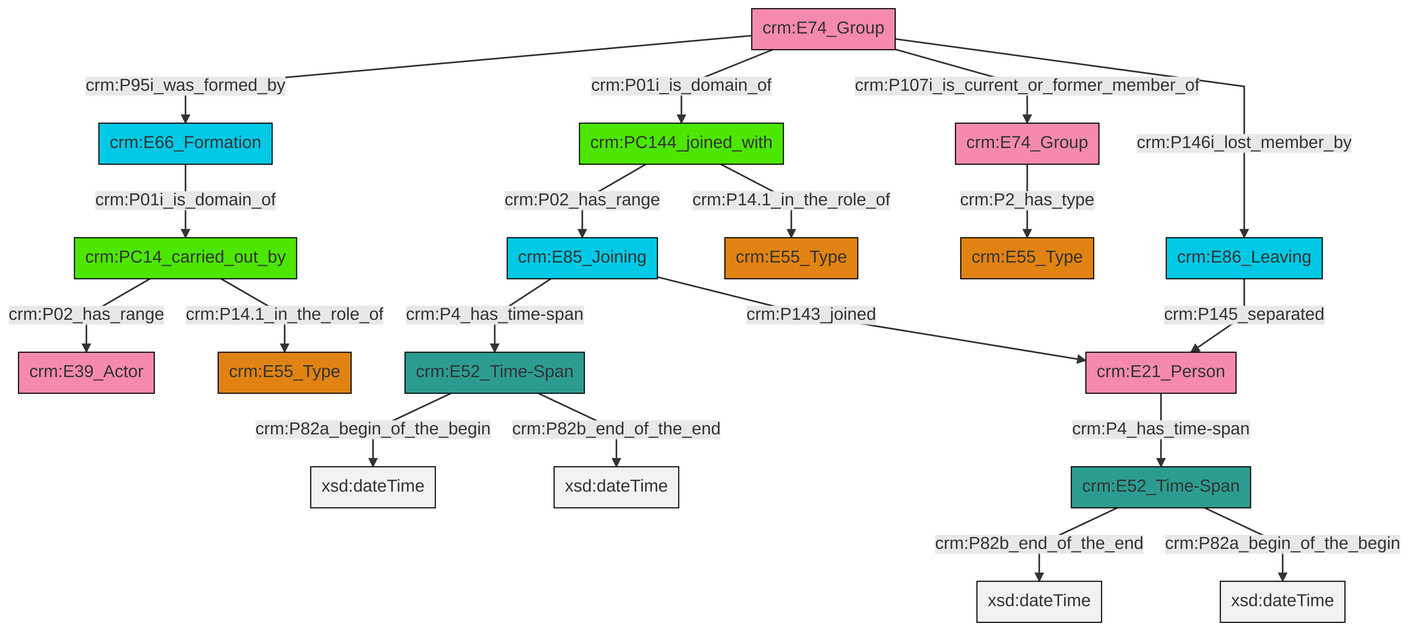
This is et/groupCSV/ttl/mmd/png/group_actor_relations.png from ncarboni/srdm, a Mermaid export, as it was before one commit. Its source is kept beside it as et/groupCSV/ttl/mmd/group_actor_relations.ttl.mmd.
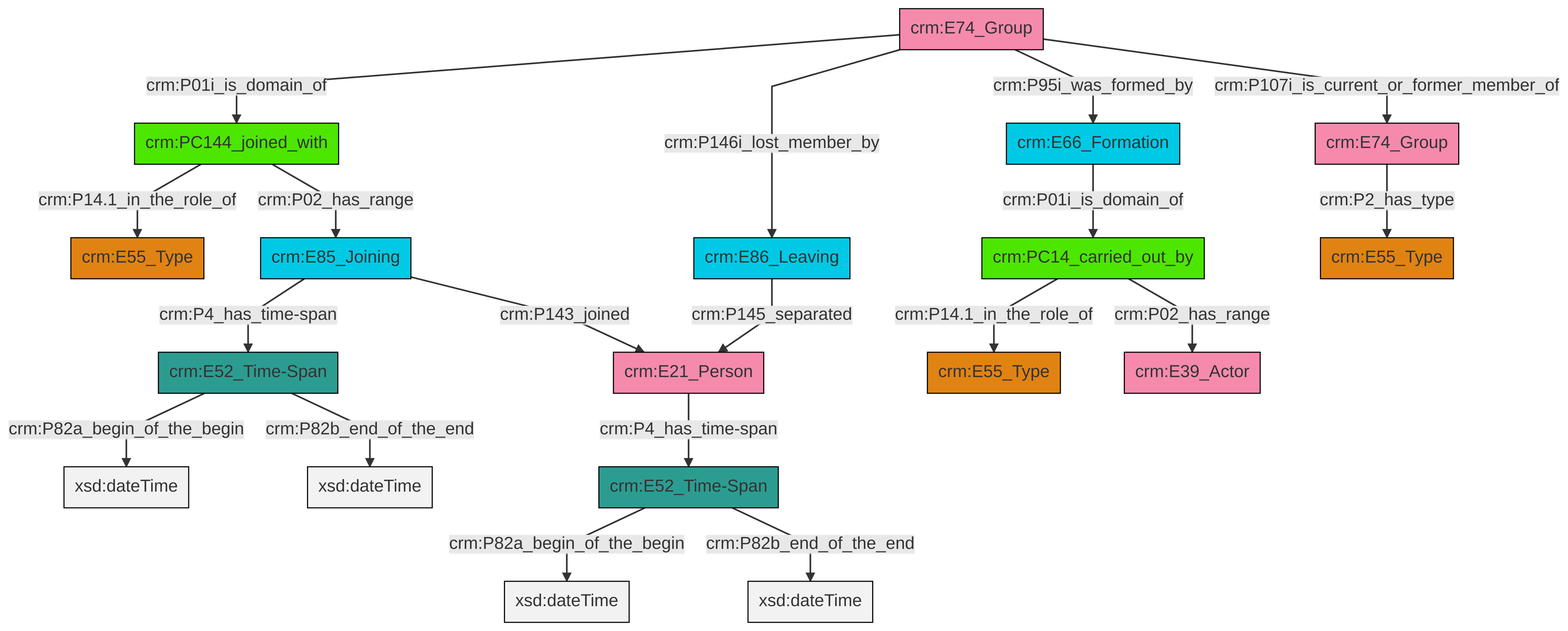
After the change.

The edit, as a diff of the source:
```diff
@@ -13,21 +13,21 @@
 classDef PC_Classes fill:#4ce600, stroke:#000000;
 classDef Multi fill:#cccccc,stroke:#000000;
 
-2["crm:PC144_joined_with"]:::PC_Classes -->|crm:P02_has_range| 3["crm:E85_Joining"]:::Temporal_Entity
 4["crm:E74_Group"]:::Actor -->|crm:P2_has_type| 5["crm:E55_Type"]:::Type
-8["crm:PC14_carried_out_by"]:::PC_Classes -->|crm:P02_has_range| 9["crm:E39_Actor"]:::Actor
-10["crm:E52_Time-Span"]:::Time-Span -->|crm:P82b_end_of_the_end| 11[xsd:dateTime]:::Literal
-10["crm:E52_Time-Span"]:::Time-Span -->|crm:P82a_begin_of_the_begin| 12[xsd:dateTime]:::Literal
-15["crm:E21_Person"]:::Actor -->|crm:P4_has_time-span| 10["crm:E52_Time-Span"]:::Time-Span
-6["crm:E74_Group"]:::Actor -->|crm:P95i_was_formed_by| 16["crm:E66_Formation"]:::Temporal_Entity
-6["crm:E74_Group"]:::Actor -->|crm:P01i_is_domain_of| 2["crm:PC144_joined_with"]:::PC_Classes
-6["crm:E74_Group"]:::Actor -->|crm:P107i_is_current_or_former_member_of| 4["crm:E74_Group"]:::Actor
-3["crm:E85_Joining"]:::Temporal_Entity -->|crm:P4_has_time-span| 18["crm:E52_Time-Span"]:::Time-Span
-6["crm:E74_Group"]:::Actor -->|crm:P146i_lost_member_by| 21["crm:E86_Leaving"]:::Temporal_Entity
-21["crm:E86_Leaving"]:::Temporal_Entity -->|crm:P145_separated| 15["crm:E21_Person"]:::Actor
-16["crm:E66_Formation"]:::Temporal_Entity -->|crm:P01i_is_domain_of| 8["crm:PC14_carried_out_by"]:::PC_Classes
-8["crm:PC14_carried_out_by"]:::PC_Classes -->|crm:P14.1_in_the_role_of| 13["crm:E55_Type"]:::Type
-3["crm:E85_Joining"]:::Temporal_Entity -->|crm:P143_joined| 15["crm:E21_Person"]:::Actor
-18["crm:E52_Time-Span"]:::Time-Span -->|crm:P82a_begin_of_the_begin| 25[xsd:dateTime]:::Literal
-18["crm:E52_Time-Span"]:::Time-Span -->|crm:P82b_end_of_the_end| 26[xsd:dateTime]:::Literal
-2["crm:PC144_joined_with"]:::PC_Classes -->|crm:P14.1_in_the_role_of| 0["crm:E55_Type"]:::Type
+8["crm:PC144_joined_with"]:::PC_Classes -->|crm:P14.1_in_the_role_of| 9["crm:E55_Type"]:::Type
+6["crm:PC14_carried_out_by"]:::PC_Classes -->|crm:P14.1_in_the_role_of| 0["crm:E55_Type"]:::Type
+15["crm:E66_Formation"]:::Temporal_Entity -->|crm:P01i_is_domain_of| 6["crm:PC14_carried_out_by"]:::PC_Classes
+13["crm:E74_Group"]:::Actor -->|crm:P01i_is_domain_of| 8["crm:PC144_joined_with"]:::PC_Classes
+18["crm:E52_Time-Span"]:::Time-Span -->|crm:P82a_begin_of_the_begin| 19[xsd:dateTime]:::Literal
+22["crm:E52_Time-Span"]:::Time-Span -->|crm:P82a_begin_of_the_begin| 23[xsd:dateTime]:::Literal
+22["crm:E52_Time-Span"]:::Time-Span -->|crm:P82b_end_of_the_end| 24[xsd:dateTime]:::Literal
+18["crm:E52_Time-Span"]:::Time-Span -->|crm:P82b_end_of_the_end| 25[xsd:dateTime]:::Literal
+2["crm:E85_Joining"]:::Temporal_Entity -->|crm:P4_has_time-span| 18["crm:E52_Time-Span"]:::Time-Span
+13["crm:E74_Group"]:::Actor -->|crm:P146i_lost_member_by| 10["crm:E86_Leaving"]:::Temporal_Entity
+26["crm:E21_Person"]:::Actor -->|crm:P4_has_time-span| 22["crm:E52_Time-Span"]:::Time-Span
+2["crm:E85_Joining"]:::Temporal_Entity -->|crm:P143_joined| 26["crm:E21_Person"]:::Actor
+13["crm:E74_Group"]:::Actor -->|crm:P95i_was_formed_by| 15["crm:E66_Formation"]:::Temporal_Entity
+6["crm:PC14_carried_out_by"]:::PC_Classes -->|crm:P02_has_range| 16["crm:E39_Actor"]:::Actor
+10["crm:E86_Leaving"]:::Temporal_Entity -->|crm:P145_separated| 26["crm:E21_Person"]:::Actor
+8["crm:PC144_joined_with"]:::PC_Classes -->|crm:P02_has_range| 2["crm:E85_Joining"]:::Temporal_Entity
+13["crm:E74_Group"]:::Actor -->|crm:P107i_is_current_or_former_member_of| 4["crm:E74_Group"]:::Actor
```
